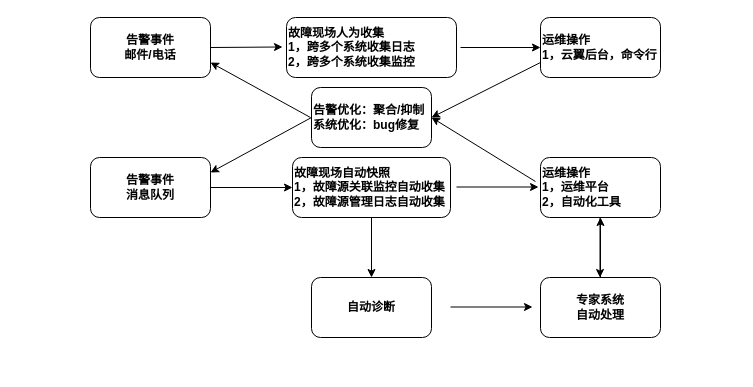
Earlier version of the draw.io diagram 未命名绘图.drawio (zjtheone/read-the-fxxk-code). Source tidied: cells renumbered, new cells numbered last; positions are measured from the earlier drawing's top-left corner, leaving out a move shared by most shapes. Both pictures are drawn from the tidied source at 100%, with x=0, y=0 at pixel (90, 17).
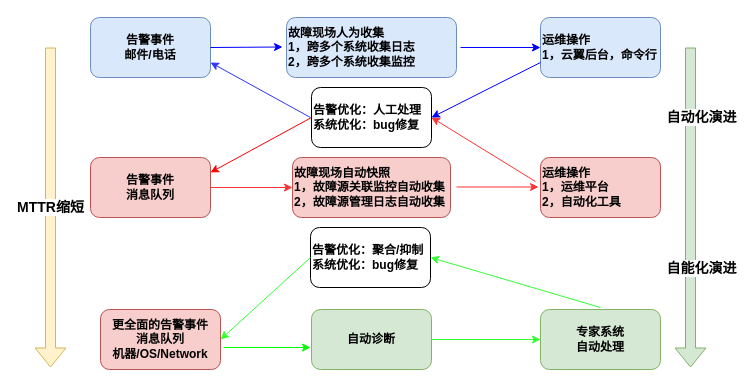
Above is the later version.

Commit message:
更新未命名绘图.drawio

Diff of the diagram source:
```diff
@@
-    <mxCell id="2" value="告警事件&lt;br style=&quot;font-size: 12px;&quot;&gt;消息队列" style="rounded=1;whiteSpace=wrap;html=1;fontStyle=1;fontSize=12;" parent="1" vertex="1">
+    <mxCell id="2" value="告警事件&lt;br style=&quot;font-size: 12px;&quot;&gt;消息队列" style="rounded=1;whiteSpace=wrap;html=1;fontStyle=1;fontSize=12;fillColor=#f8cecc;strokeColor=#b85450;" parent="1" vertex="1">
       <mxGeometry y="140" width="120" height="60" as="geometry" />
     </mxCell>
-    <mxCell id="3" value="故障现场自动快照&lt;br style=&quot;font-size: 12px;&quot;&gt;1，故障源关联监控自动收集&lt;br style=&quot;font-size: 12px;&quot;&gt;2，故障源管理日志自动收集" style="rounded=1;whiteSpace=wrap;html=1;align=left;fontStyle=1;fontSize=12;" parent="1" vertex="1">
+    <mxCell id="3" value="故障现场自动快照&lt;br style=&quot;font-size: 12px;&quot;&gt;1，故障源关联监控自动收集&lt;br style=&quot;font-size: 12px;&quot;&gt;2，故障源管理日志自动收集" style="rounded=1;whiteSpace=wrap;html=1;align=left;fontStyle=1;fontSize=12;fillColor=#f8cecc;strokeColor=#b85450;" parent="1" vertex="1">
       <mxGeometry x="202" y="140" width="158" height="60" as="geometry" />
     </mxCell>
-    <mxCell id="4" value="告警优化：聚合/抑制&lt;br style=&quot;font-size: 12px;&quot;&gt;系统优化：bug修复" style="rounded=1;whiteSpace=wrap;html=1;align=left;fontStyle=1;fontSize=12;" parent="1" vertex="1">
+    <mxCell id="4" value="告警优化：人工处理&lt;br style=&quot;font-size: 12px;&quot;&gt;系统优化：bug修复" style="rounded=1;whiteSpace=wrap;html=1;align=left;fontStyle=1;fontSize=12;" parent="1" vertex="1">
       <mxGeometry x="221" y="70" width="120" height="60" as="geometry" />
     </mxCell>
-    <mxCell id="5" value="运维操作&lt;br style=&quot;font-size: 12px;&quot;&gt;1，运维平台&lt;br style=&quot;font-size: 12px;&quot;&gt;2，自动化工具" style="rounded=1;whiteSpace=wrap;html=1;align=left;fontStyle=1;fontSize=12;" parent="1" vertex="1">
+    <mxCell id="5" value="运维操作&lt;br style=&quot;font-size: 12px;&quot;&gt;1，运维平台&lt;br style=&quot;font-size: 12px;&quot;&gt;2，自动化工具" style="rounded=1;whiteSpace=wrap;html=1;align=left;fontStyle=1;fontSize=12;fillColor=#f8cecc;strokeColor=#b85450;" parent="1" vertex="1">
       <mxGeometry x="450" y="140" width="120" height="60" as="geometry" />
     </mxCell>
-    <mxCell id="6" style="endArrow=classic;html=1;rounded=0;exitX=1;exitY=0.5;exitDx=0;exitDy=0;entryX=0;entryY=0.5;entryDx=0;entryDy=0;fontStyle=1;fontSize=12;" parent="1" edge="1" source="2" target="3">
+    <mxCell id="6" style="endArrow=classic;html=1;rounded=0;exitX=1;exitY=0.5;exitDx=0;exitDy=0;entryX=0;entryY=0.5;entryDx=0;entryDy=0;fontStyle=1;fontSize=12;strokeColor=#FF3333;" parent="1" edge="1" source="2" target="3">
       <mxGeometry relative="1" as="geometry" />
     </mxCell>
-    <mxCell id="7" style="endArrow=classic;html=1;rounded=0;exitX=1;exitY=0.5;exitDx=0;exitDy=0;entryX=0;entryY=0.5;entryDx=0;entryDy=0;fontStyle=1;fontSize=12;" parent="1" edge="1">
+    <mxCell id="7" style="endArrow=classic;html=1;rounded=0;exitX=1;exitY=0.5;exitDx=0;exitDy=0;entryX=0;entryY=0.5;entryDx=0;entryDy=0;fontStyle=1;fontSize=12;strokeColor=#FF3333;" parent="1" edge="1">
       <mxGeometry relative="1" as="geometry">
         <mxPoint x="366" y="169.5" as="sourcePoint" />
         <mxPoint x="448" y="169.5" as="targetPoint" />
       </mxGeometry>
     </mxCell>
-    <mxCell id="8" style="endArrow=classic;html=1;rounded=0;entryX=1;entryY=0.5;entryDx=0;entryDy=0;exitX=-0.042;exitY=0.4;exitDx=0;exitDy=0;exitPerimeter=0;fontStyle=1;fontSize=12;" parent="1" edge="1" source="5" target="4">
+    <mxCell id="8" style="endArrow=classic;html=1;rounded=0;entryX=1;entryY=0.5;entryDx=0;entryDy=0;exitX=-0.042;exitY=0.4;exitDx=0;exitDy=0;exitPerimeter=0;fontStyle=1;fontSize=12;strokeColor=#FF3333;" parent="1" edge="1" source="5" target="4">
       <mxGeometry relative="1" as="geometry" />
     </mxCell>
-    <mxCell id="9" style="endArrow=classic;html=1;rounded=0;entryX=1;entryY=0.25;entryDx=0;entryDy=0;exitX=0;exitY=0.5;exitDx=0;exitDy=0;fontStyle=1;fontSize=12;" parent="1" edge="1" source="4" target="2">
+    <mxCell id="9" style="endArrow=classic;html=1;rounded=0;entryX=1;entryY=0.25;entryDx=0;entryDy=0;exitX=0;exitY=0.5;exitDx=0;exitDy=0;fontStyle=1;fontSize=12;strokeColor=#FF0000;" parent="1" edge="1" source="4" target="2">
       <mxGeometry relative="1" as="geometry" />
     </mxCell>
-    <mxCell id="10" value="故障现场人为收集&lt;br style=&quot;font-size: 12px;&quot;&gt;1，跨多个系统收集日志&lt;br style=&quot;font-size: 12px;&quot;&gt;2，跨多个系统收集监控" style="rounded=1;whiteSpace=wrap;html=1;align=left;fontStyle=1;fontSize=12;" parent="1" vertex="1">
+    <mxCell id="10" value="故障现场人为收集&lt;br style=&quot;font-size: 12px;&quot;&gt;1，跨多个系统收集日志&lt;br style=&quot;font-size: 12px;&quot;&gt;2，跨多个系统收集监控" style="rounded=1;whiteSpace=wrap;html=1;align=left;fontStyle=1;fontSize=12;fillColor=#dae8fc;strokeColor=#6c8ebf;" parent="1" vertex="1">
       <mxGeometry x="196" width="170" height="60" as="geometry" />
     </mxCell>
-    <mxCell id="11" value="告警事件&lt;br style=&quot;font-size: 12px;&quot;&gt;邮件/电话" style="rounded=1;whiteSpace=wrap;html=1;fontStyle=1;fontSize=12;" parent="1" vertex="1">
+    <mxCell id="11" value="告警事件&lt;br style=&quot;font-size: 12px;&quot;&gt;邮件/电话" style="rounded=1;whiteSpace=wrap;html=1;fontStyle=1;fontSize=12;fillColor=#dae8fc;strokeColor=#6c8ebf;" parent="1" vertex="1">
       <mxGeometry width="120" height="60" as="geometry" />
     </mxCell>
-    <mxCell id="12" value="运维操作&lt;br style=&quot;font-size: 12px;&quot;&gt;1，云翼后台，命令行" style="rounded=1;whiteSpace=wrap;html=1;align=left;fontStyle=1;fontSize=12;" parent="1" vertex="1">
+    <mxCell id="12" value="运维操作&lt;br style=&quot;font-size: 12px;&quot;&gt;1，云翼后台，命令行" style="rounded=1;whiteSpace=wrap;html=1;align=left;fontStyle=1;fontSize=12;fillColor=#dae8fc;strokeColor=#6c8ebf;" parent="1" vertex="1">
       <mxGeometry x="450" width="120" height="60" as="geometry" />
     </mxCell>
-    <mxCell id="13" style="endArrow=classic;html=1;rounded=0;entryX=0;entryY=0.5;entryDx=0;entryDy=0;fontStyle=1;fontSize=12;" parent="1" edge="1">
+    <mxCell id="13" style="endArrow=classic;html=1;rounded=0;entryX=0;entryY=0.5;entryDx=0;entryDy=0;fontStyle=1;fontSize=12;strokeColor=#0000FF;" parent="1" edge="1">
       <mxGeometry relative="1" as="geometry">
         <mxPoint x="120" y="30" as="sourcePoint" />
         <mxPoint x="192" y="29.5" as="targetPoint" />
       </mxGeometry>
     </mxCell>
-    <mxCell id="14" style="endArrow=classic;html=1;rounded=0;entryX=0;entryY=0.5;entryDx=0;entryDy=0;fontStyle=1;fontSize=12;" parent="1" edge="1" target="12">
+    <mxCell id="14" style="endArrow=classic;html=1;rounded=0;entryX=0;entryY=0.5;entryDx=0;entryDy=0;fontStyle=1;fontSize=12;strokeColor=#0000FF;" parent="1" edge="1" target="12">
       <mxGeometry relative="1" as="geometry">
         <mxPoint x="370" y="30" as="sourcePoint" />
       </mxGeometry>
     </mxCell>
-    <mxCell id="15" style="endArrow=classic;html=1;rounded=0;exitX=0;exitY=0.75;exitDx=0;exitDy=0;entryX=1;entryY=0.5;entryDx=0;entryDy=0;fontStyle=1;fontSize=12;" parent="1" edge="1" source="12" target="4">
+    <mxCell id="15" style="endArrow=classic;html=1;rounded=0;exitX=0;exitY=0.75;exitDx=0;exitDy=0;entryX=1;entryY=0.5;entryDx=0;entryDy=0;fontStyle=1;fontSize=12;strokeColor=#0000FF;" parent="1" edge="1" source="12" target="4">
       <mxGeometry relative="1" as="geometry" />
     </mxCell>
-    <mxCell id="16" style="endArrow=classic;html=1;rounded=0;entryX=1;entryY=0.75;entryDx=0;entryDy=0;fontStyle=1;fontSize=12;" parent="1" edge="1" target="11">
+    <mxCell id="16" style="endArrow=classic;html=1;rounded=0;entryX=1;entryY=0.75;entryDx=0;entryDy=0;fontStyle=1;fontSize=12;strokeColor=#3333FF;" parent="1" edge="1" target="11">
       <mxGeometry relative="1" as="geometry">
         <mxPoint x="220" y="100" as="sourcePoint" />
       </mxGeometry>
     </mxCell>
-    <mxCell id="17" value="自动诊断" style="rounded=1;whiteSpace=wrap;html=1;fontStyle=1;fontSize=12;" parent="1" vertex="1">
-      <mxGeometry x="221" y="260" width="120" height="60" as="geometry" />
+    <mxCell id="17" value="自动诊断" style="rounded=1;whiteSpace=wrap;html=1;fontStyle=1;fontSize=12;fillColor=#d5e8d4;strokeColor=#82b366;" parent="1" vertex="1">
+      <mxGeometry x="221" y="292" width="120" height="60" as="geometry" />
     </mxCell>
-    <mxCell id="18" style="edgeStyle=orthogonalEdgeStyle;rounded=0;jettySize=auto;html=1;fontStyle=1;fontSize=12;" parent="1" edge="1" source="19" target="5">
-      <mxGeometry relative="1" as="geometry" />
-    </mxCell>
-    <mxCell id="19" value="专家系统&lt;br style=&quot;font-size: 12px;&quot;&gt;自动处理" style="rounded=1;whiteSpace=wrap;html=1;fontStyle=1;fontSize=12;" parent="1" vertex="1">
-      <mxGeometry x="450" y="260" width="120" height="60" as="geometry" />
+    <mxCell id="19" value="专家系统&lt;br style=&quot;font-size: 12px;&quot;&gt;自动处理" style="rounded=1;whiteSpace=wrap;html=1;fontStyle=1;fontSize=12;fillColor=#d5e8d4;strokeColor=#82b366;" parent="1" vertex="1">
+      <mxGeometry x="450" y="292" width="120" height="60" as="geometry" />
     </mxCell>
-    <mxCell id="20" style="endArrow=classic;html=1;rounded=0;entryX=0.5;entryY=0;entryDx=0;entryDy=0;exitX=0.5;exitY=1;exitDx=0;exitDy=0;fontStyle=1;fontSize=12;" parent="1" edge="1" source="3" target="17">
-      <mxGeometry relative="1" as="geometry" />
-    </mxCell>
-    <mxCell id="21" style="endArrow=classic;html=1;rounded=0;entryX=0.5;entryY=0;entryDx=0;entryDy=0;fontStyle=1;fontSize=12;" parent="1" edge="1">
-      <mxGeometry relative="1" as="geometry">
-        <mxPoint x="509.5" y="200" as="sourcePoint" />
-        <mxPoint x="509.5" y="260" as="targetPoint" />
-      </mxGeometry>
-    </mxCell>
-    <mxCell id="22" style="endArrow=classic;html=1;rounded=0;exitX=1;exitY=0.5;exitDx=0;exitDy=0;entryX=0;entryY=0.5;entryDx=0;entryDy=0;fontStyle=1;fontSize=12;" parent="1" edge="1">
-      <mxGeometry relative="1" as="geometry">
-        <mxPoint x="360" y="289.5" as="sourcePoint" />
-        <mxPoint x="442" y="289.5" as="targetPoint" />
-      </mxGeometry>
+    <mxCell id="22" style="endArrow=classic;html=1;rounded=0;entryX=0;entryY=0.5;entryDx=0;entryDy=0;fontStyle=1;fontSize=12;strokeColor=#33FF33;exitX=1;exitY=0.5;exitDx=0;exitDy=0;" parent="1" edge="1" source="17" target="19">
+      <mxGeometry relative="1" as="geometry" />
     </mxCell>
+    <mxCell id="23" value="告警优化：聚合/抑制&lt;br style=&quot;font-size: 12px;&quot;&gt;系统优化：bug修复" style="rounded=1;whiteSpace=wrap;html=1;align=left;fontStyle=1;fontSize=12;" parent="1" vertex="1">
+      <mxGeometry x="220" y="210" width="120" height="60" as="geometry" />
+    </mxCell>
+    <mxCell id="24" style="endArrow=classic;html=1;rounded=0;strokeColor=#00FF00;exitX=1.025;exitY=0.633;exitDx=0;exitDy=0;exitPerimeter=0;" parent="1" edge="1" source="29">
+      <mxGeometry relative="1" as="geometry">
+        <mxPoint x="220" y="330" as="targetPoint" />
+      </mxGeometry>
+    </mxCell>
+    <mxCell id="25" style="endArrow=classic;html=1;rounded=0;strokeColor=#33FF33;entryX=1;entryY=0.5;entryDx=0;entryDy=0;" parent="1" edge="1" target="23">
+      <mxGeometry relative="1" as="geometry">
+        <mxPoint x="510" y="290" as="sourcePoint" />
+      </mxGeometry>
+    </mxCell>
+    <mxCell id="26" style="endArrow=classic;html=1;rounded=0;strokeColor=#33FF33;entryX=1;entryY=0.5;entryDx=0;entryDy=0;exitX=0;exitY=0.5;exitDx=0;exitDy=0;" parent="1" edge="1" source="23" target="29">
+      <mxGeometry relative="1" as="geometry" />
+    </mxCell>
+    <mxCell id="27" style="shape=flexArrow;endArrow=classic;html=1;rounded=0;strokeColor=#82b366;fillColor=#d5e8d4;" parent="1" edge="1">
+      <mxGeometry relative="1" as="geometry">
+        <mxPoint x="600" y="30" as="sourcePoint" />
+        <mxPoint x="600" y="350" as="targetPoint" />
+      </mxGeometry>
+    </mxCell>
+    <mxCell id="28" value="&lt;font style=&quot;font-size: 14px;&quot;&gt;&lt;b&gt;自动化演进&lt;/b&gt;&lt;/font&gt;" style="edgeLabel;html=1;align=center;verticalAlign=middle;" parent="27" vertex="1">
+      <mxGeometry x="-0.28" y="-1" relative="1" as="geometry">
+        <mxPoint x="11" y="-46" as="offset" />
+      </mxGeometry>
+    </mxCell>
+    <mxCell id="29" value="更全面的告警事件&lt;br style=&quot;font-size: 12px;&quot;&gt;消息队列&lt;br&gt;机器/OS/Network" style="rounded=1;whiteSpace=wrap;html=1;fontStyle=1;fontSize=12;fillColor=#f8cecc;strokeColor=#b85450;" parent="1" vertex="1">
+      <mxGeometry x="10" y="292" width="120" height="60" as="geometry" />
+    </mxCell>
+    <mxCell id="30" value="&lt;b&gt;&lt;font style=&quot;font-size: 14px;&quot;&gt;MTTR缩短&lt;/font&gt;&lt;/b&gt;" style="shape=flexArrow;endArrow=classic;html=1;rounded=0;strokeColor=#d6b656;fillColor=#fff2cc;" parent="1" edge="1">
+      <mxGeometry relative="1" as="geometry">
+        <mxPoint x="-40" y="30" as="sourcePoint" />
+        <mxPoint x="-40" y="350" as="targetPoint" />
+      </mxGeometry>
+    </mxCell>
+    <mxCell id="31" value="&lt;font style=&quot;font-size: 14px;&quot;&gt;&lt;b&gt;自能化演进&lt;/b&gt;&lt;/font&gt;" style="edgeLabel;html=1;align=center;verticalAlign=middle;" parent="1" vertex="1">
+      <mxGeometry x="610" y="250" as="geometry" />
+    </mxCell>
```
